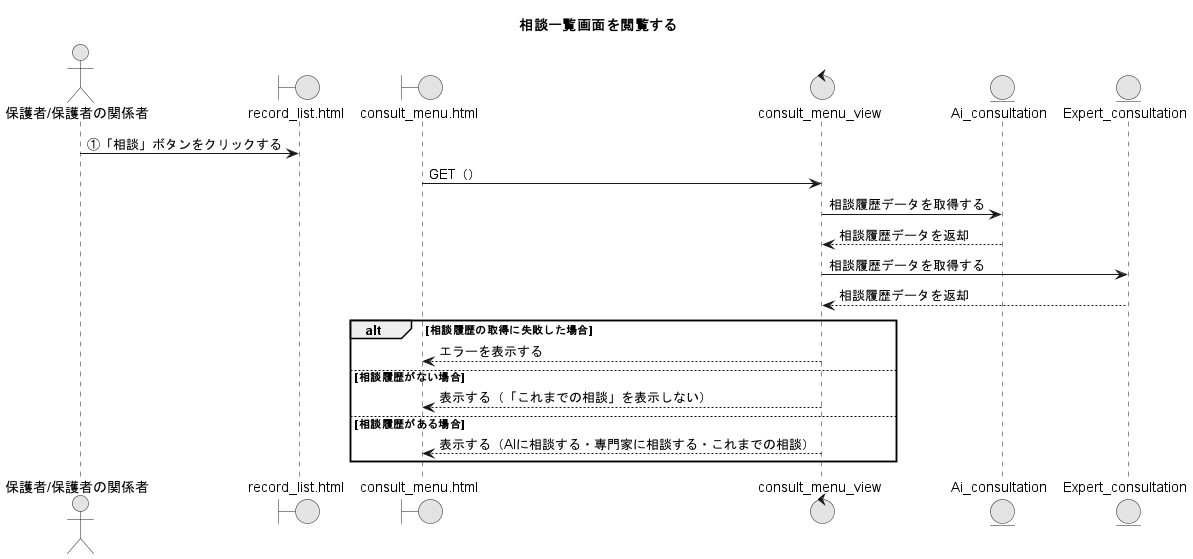
The PlantUML diagram PNG/08_相談一覧画面を閲覧する.png in Ma2naga190330/26_sotugyou_puml, before a commit.
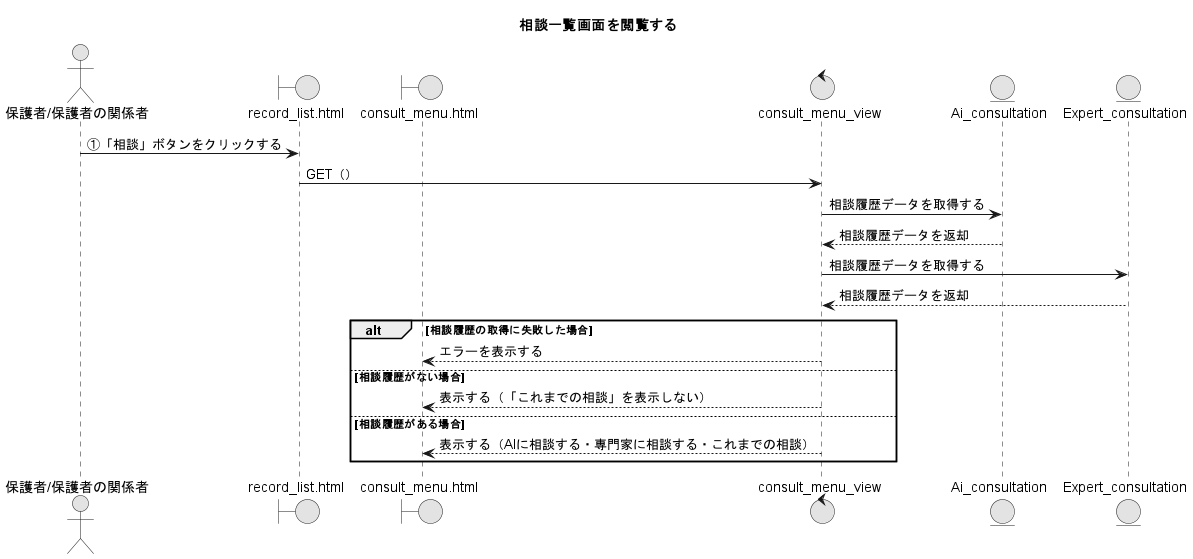
After the commit.

What changed in the source:
```diff
@@ -11,7 +11,7 @@
 entity "Expert_consultation" as ECSM
 
 A -> RLP : ①「相談」ボタンをクリックする
-CMP -> CMV : GET（）
+RLP -> CMV : GET（）
 CMV -> ACSM : 相談履歴データを取得する
 CMV <-- ACSM : 相談履歴データを返却
 CMV -> ECSM : 相談履歴データを取得する
```
